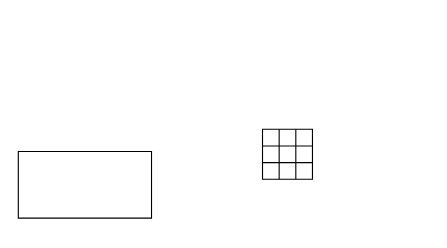
Above: 未命名绘图.drawio in wanglinxiao/deep-learning (draw.io), before the change. Source tidied: cells renumbered, new cells numbered last; positions are measured from the earlier drawing's top-left corner, leaving out a move shared by most shapes. Both pictures are drawn from the tidied source at 111%, with x=0, y=0 at pixel (18, 129).
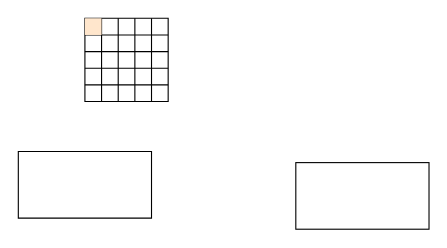
The same page after the edit.

Commit message (it also covers changes not shown here):
更新未命名绘图.drawio

Diff of the diagram source:
```diff
@@
     <mxCell id="2" style="shape=table;startSize=0;childLayout=tableLayout;fontSize=16;" parent="1" vertex="1">
-      <mxGeometry x="220" width="45" height="45" as="geometry" />
+      <mxGeometry x="60" y="-100" width="75" height="75" as="geometry" />
     </mxCell>
     <mxCell id="3" style="shape=tableRow;horizontal=0;startSize=0;swimlaneHead=0;swimlaneBody=0;strokeColor=inherit;top=0;left=0;bottom=0;right=0;fillColor=none;fontSize=16;" parent="2" vertex="1">
-      <mxGeometry width="45" height="15" as="geometry" />
+      <mxGeometry width="75" height="15" as="geometry" />
     </mxCell>
-    <mxCell id="4" style="shape=partialRectangle;html=1;whiteSpace=wrap;strokeColor=inherit;overflow=hidden;fillColor=none;top=0;left=0;bottom=0;right=0;fontSize=16;" parent="3" vertex="1">
+    <mxCell id="4" style="shape=partialRectangle;html=1;whiteSpace=wrap;strokeColor=#d79b00;overflow=hidden;fillColor=#ffe6cc;top=0;left=0;bottom=0;right=0;fontSize=16;" parent="3" vertex="1">
       <mxGeometry width="15" height="15" as="geometry" />
     </mxCell>
@@
+    <mxCell id="16" style="shape=partialRectangle;html=1;whiteSpace=wrap;strokeColor=inherit;overflow=hidden;fillColor=none;top=0;left=0;bottom=0;right=0;fontSize=16;" parent="3" vertex="1">
+      <mxGeometry x="30" width="15" height="15" as="geometry" />
+    </mxCell>
     <mxCell id="6" style="shape=partialRectangle;html=1;whiteSpace=wrap;strokeColor=inherit;overflow=hidden;fillColor=none;top=0;left=0;bottom=0;right=0;fontSize=16;" parent="3" vertex="1">
-      <mxGeometry x="30" width="15" height="15" as="geometry" />
+      <mxGeometry x="45" width="15" height="15" as="geometry" />
     </mxCell>
+    <mxCell id="17" style="shape=partialRectangle;html=1;whiteSpace=wrap;strokeColor=inherit;overflow=hidden;fillColor=none;top=0;left=0;bottom=0;right=0;fontSize=16;" parent="3" vertex="1">
+      <mxGeometry x="60" width="15" height="15" as="geometry" />
+    </mxCell>
     <mxCell id="7" style="shape=tableRow;horizontal=0;startSize=0;swimlaneHead=0;swimlaneBody=0;strokeColor=inherit;top=0;left=0;bottom=0;right=0;fillColor=none;fontSize=16;" parent="2" vertex="1">
-      <mxGeometry y="15" width="45" height="15" as="geometry" />
+      <mxGeometry y="15" width="75" height="15" as="geometry" />
     </mxCell>
@@
+    <mxCell id="18" style="shape=partialRectangle;html=1;whiteSpace=wrap;strokeColor=inherit;overflow=hidden;fillColor=none;top=0;left=0;bottom=0;right=0;fontSize=16;" parent="7" vertex="1">
+      <mxGeometry x="30" width="15" height="15" as="geometry" />
+    </mxCell>
     <mxCell id="10" style="shape=partialRectangle;html=1;whiteSpace=wrap;strokeColor=inherit;overflow=hidden;fillColor=none;top=0;left=0;bottom=0;right=0;fontSize=16;" parent="7" vertex="1">
-      <mxGeometry x="30" width="15" height="15" as="geometry" />
+      <mxGeometry x="45" width="15" height="15" as="geometry" />
     </mxCell>
+    <mxCell id="19" style="shape=partialRectangle;html=1;whiteSpace=wrap;strokeColor=inherit;overflow=hidden;fillColor=none;top=0;left=0;bottom=0;right=0;fontSize=16;" parent="7" vertex="1">
+      <mxGeometry x="60" width="15" height="15" as="geometry" />
+    </mxCell>
+    <mxCell id="20" style="shape=tableRow;horizontal=0;startSize=0;swimlaneHead=0;swimlaneBody=0;strokeColor=inherit;top=0;left=0;bottom=0;right=0;fillColor=none;fontSize=16;" parent="2" vertex="1">
+      <mxGeometry y="30" width="75" height="15" as="geometry" />
+    </mxCell>
+    <mxCell id="21" style="shape=partialRectangle;html=1;whiteSpace=wrap;strokeColor=inherit;overflow=hidden;fillColor=none;top=0;left=0;bottom=0;right=0;fontSize=16;" parent="20" vertex="1">
+      <mxGeometry width="15" height="15" as="geometry" />
+    </mxCell>
+    <mxCell id="22" style="shape=partialRectangle;html=1;whiteSpace=wrap;strokeColor=inherit;overflow=hidden;fillColor=none;top=0;left=0;bottom=0;right=0;fontSize=16;" parent="20" vertex="1">
+      <mxGeometry x="15" width="15" height="15" as="geometry" />
+    </mxCell>
+    <mxCell id="23" style="shape=partialRectangle;html=1;whiteSpace=wrap;strokeColor=inherit;overflow=hidden;fillColor=none;top=0;left=0;bottom=0;right=0;fontSize=16;" parent="20" vertex="1">
+      <mxGeometry x="30" width="15" height="15" as="geometry" />
+    </mxCell>
+    <mxCell id="24" style="shape=partialRectangle;html=1;whiteSpace=wrap;strokeColor=inherit;overflow=hidden;fillColor=none;top=0;left=0;bottom=0;right=0;fontSize=16;" parent="20" vertex="1">
+      <mxGeometry x="45" width="15" height="15" as="geometry" />
+    </mxCell>
+    <mxCell id="25" style="shape=partialRectangle;html=1;whiteSpace=wrap;strokeColor=inherit;overflow=hidden;fillColor=none;top=0;left=0;bottom=0;right=0;fontSize=16;" parent="20" vertex="1">
+      <mxGeometry x="60" width="15" height="15" as="geometry" />
+    </mxCell>
+    <mxCell id="26" style="shape=tableRow;horizontal=0;startSize=0;swimlaneHead=0;swimlaneBody=0;strokeColor=inherit;top=0;left=0;bottom=0;right=0;fillColor=none;fontSize=16;" parent="2" vertex="1">
+      <mxGeometry y="45" width="75" height="15" as="geometry" />
+    </mxCell>
+    <mxCell id="27" style="shape=partialRectangle;html=1;whiteSpace=wrap;strokeColor=inherit;overflow=hidden;fillColor=none;top=0;left=0;bottom=0;right=0;fontSize=16;" parent="26" vertex="1">
+      <mxGeometry width="15" height="15" as="geometry" />
+    </mxCell>
+    <mxCell id="28" style="shape=partialRectangle;html=1;whiteSpace=wrap;strokeColor=inherit;overflow=hidden;fillColor=none;top=0;left=0;bottom=0;right=0;fontSize=16;" parent="26" vertex="1">
+      <mxGeometry x="15" width="15" height="15" as="geometry" />
+    </mxCell>
+    <mxCell id="29" style="shape=partialRectangle;html=1;whiteSpace=wrap;strokeColor=inherit;overflow=hidden;fillColor=none;top=0;left=0;bottom=0;right=0;fontSize=16;" parent="26" vertex="1">
+      <mxGeometry x="30" width="15" height="15" as="geometry" />
+    </mxCell>
+    <mxCell id="30" style="shape=partialRectangle;html=1;whiteSpace=wrap;strokeColor=inherit;overflow=hidden;fillColor=none;top=0;left=0;bottom=0;right=0;fontSize=16;" parent="26" vertex="1">
+      <mxGeometry x="45" width="15" height="15" as="geometry" />
+    </mxCell>
+    <mxCell id="31" style="shape=partialRectangle;html=1;whiteSpace=wrap;strokeColor=inherit;overflow=hidden;fillColor=none;top=0;left=0;bottom=0;right=0;fontSize=16;" parent="26" vertex="1">
+      <mxGeometry x="60" width="15" height="15" as="geometry" />
+    </mxCell>
     <mxCell id="11" style="shape=tableRow;horizontal=0;startSize=0;swimlaneHead=0;swimlaneBody=0;strokeColor=inherit;top=0;left=0;bottom=0;right=0;fillColor=none;fontSize=16;" parent="2" vertex="1">
-      <mxGeometry y="30" width="45" height="15" as="geometry" />
+      <mxGeometry y="60" width="75" height="15" as="geometry" />
     </mxCell>
@@
+    <mxCell id="32" style="shape=partialRectangle;html=1;whiteSpace=wrap;strokeColor=inherit;overflow=hidden;fillColor=none;top=0;left=0;bottom=0;right=0;fontSize=16;" parent="11" vertex="1">
+      <mxGeometry x="30" width="15" height="15" as="geometry" />
+    </mxCell>
     <mxCell id="14" style="shape=partialRectangle;html=1;whiteSpace=wrap;strokeColor=inherit;overflow=hidden;fillColor=none;top=0;left=0;bottom=0;right=0;fontSize=16;" parent="11" vertex="1">
-      <mxGeometry x="30" width="15" height="15" as="geometry" />
+      <mxGeometry x="45" width="15" height="15" as="geometry" />
     </mxCell>
+    <mxCell id="33" style="shape=partialRectangle;html=1;whiteSpace=wrap;strokeColor=inherit;overflow=hidden;fillColor=none;top=0;left=0;bottom=0;right=0;fontSize=16;" parent="11" vertex="1">
+      <mxGeometry x="60" width="15" height="15" as="geometry" />
+    </mxCell>
@@
+    <mxCell id="34" style="whiteSpace=wrap;html=1;" parent="1" vertex="1">
+      <mxGeometry x="250" y="30" width="120" height="60" as="geometry" />
+    </mxCell>
```
